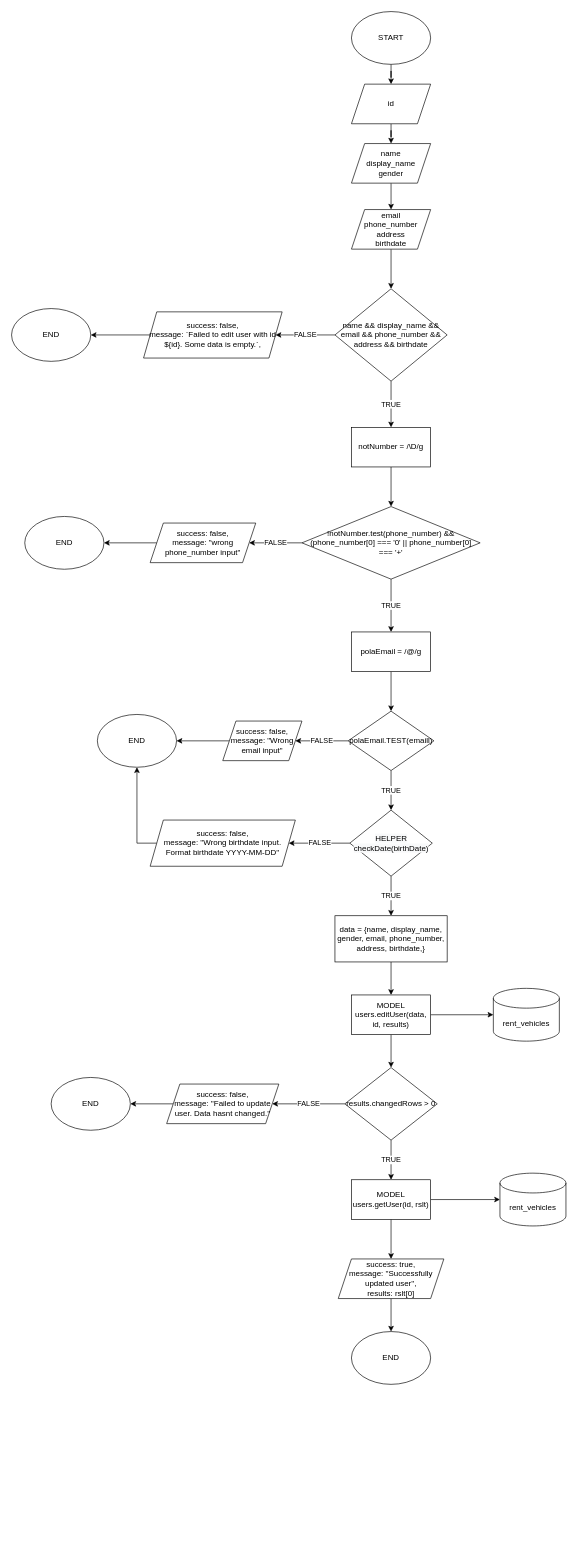
Earlier version of the draw.io diagram page "edit user" (3 of 4) of flowchart&ERD/users.drawio (rintosaputro/fw5-backend-beginner). Source tidied: cells renumbered, new cells numbered last; positions are measured from the earlier drawing's top-left corner, leaving out a move shared by most shapes. Both pictures are drawn from the tidied source at 66%, with x=0, y=0 at pixel (11, 11).
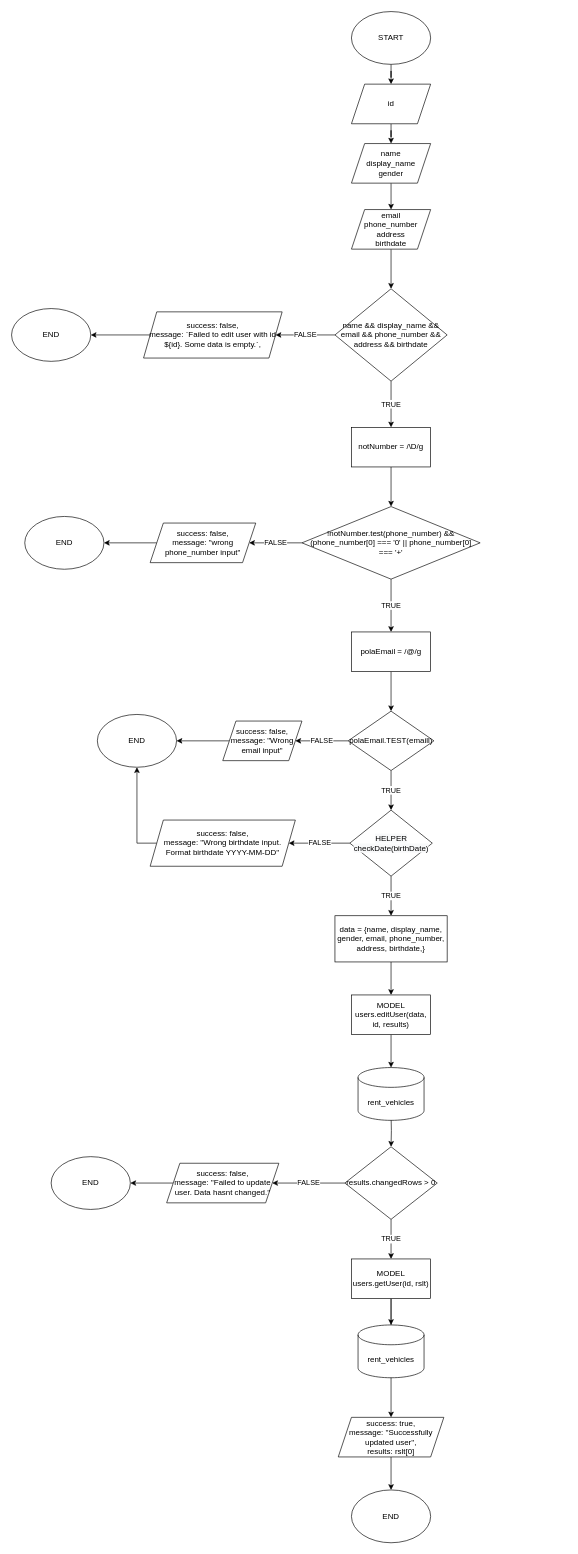
Above is the later version.

Unchanged cells that the change refers to:
```xml
<mxCell id="41" value="MODEL&lt;br&gt;users.editUser(data, id, results)" style="rounded=0;whiteSpace=wrap;html=1;" parent="1" vertex="1">
  <mxGeometry x="515" y="1490" width="120" height="60" as="geometry" />
</mxCell>
```

What changed in the source:
```diff
@@
-    <mxCell id="39" style="edgeStyle=orthogonalEdgeStyle;rounded=0;jettySize=auto;html=1;" parent="1" edge="1" source="41" target="44">
-      <mxGeometry relative="1" as="geometry" />
+    <mxCell id="39" style="edgeStyle=orthogonalEdgeStyle;rounded=0;jettySize=auto;html=1;" parent="1" edge="1" target="44">
+      <mxGeometry relative="1" as="geometry">
+        <mxPoint x="575" y="1670" as="sourcePoint" />
+      </mxGeometry>
     </mxCell>
@@
     <mxCell id="44" value="results.changedRows &amp;gt; 0" style="rhombus;whiteSpace=wrap;html=1;" parent="1" vertex="1">
-      <mxGeometry x="505" y="1600" width="140" height="110" as="geometry" />
+      <mxGeometry x="505" y="1720" width="140" height="110" as="geometry" />
     </mxCell>
@@
     <mxCell id="46" value="success: false,&lt;br&gt;message: ''Failed to update user. Data hasnt changed.''" style="shape=parallelogram;perimeter=parallelogramPerimeter;whiteSpace=wrap;html=1;fixedSize=1;" parent="1" vertex="1">
-      <mxGeometry x="235" y="1625" width="170" height="60" as="geometry" />
+      <mxGeometry x="235" y="1745" width="170" height="60" as="geometry" />
     </mxCell>
     <mxCell id="47" value="END" style="ellipse;whiteSpace=wrap;html=1;" parent="1" vertex="1">
-      <mxGeometry x="60" y="1615" width="120" height="80" as="geometry" />
+      <mxGeometry x="60" y="1735" width="120" height="80" as="geometry" />
     </mxCell>
@@
     <mxCell id="49" value="success: true,&lt;br&gt;message: ''Successfully updated user'',&lt;br&gt;results: rslt[0]" style="shape=parallelogram;perimeter=parallelogramPerimeter;whiteSpace=wrap;html=1;fixedSize=1;" parent="1" vertex="1">
-      <mxGeometry x="495" y="1890" width="160" height="60" as="geometry" />
+      <mxGeometry x="495" y="2130" width="160" height="60" as="geometry" />
     </mxCell>
@@
     <mxCell id="52" value="MODEL&lt;br&gt;users.getUser(id, rslt)" style="rounded=0;whiteSpace=wrap;html=1;" parent="1" vertex="1">
-      <mxGeometry x="515" y="1770" width="120" height="60" as="geometry" />
+      <mxGeometry x="515" y="1890" width="120" height="60" as="geometry" />
     </mxCell>
     <mxCell id="53" value="rent_vehicles" style="shape=cylinder3;whiteSpace=wrap;html=1;boundedLbl=1;backgroundOutline=1;size=15;" parent="1" vertex="1">
-      <mxGeometry x="730" y="1480" width="100" height="80" as="geometry" />
+      <mxGeometry x="525" y="1600" width="100" height="80" as="geometry" />
     </mxCell>
     <mxCell id="54" value="rent_vehicles" style="shape=cylinder3;whiteSpace=wrap;html=1;boundedLbl=1;backgroundOutline=1;size=15;" parent="1" vertex="1">
-      <mxGeometry x="740" y="1760" width="100" height="80" as="geometry" />
+      <mxGeometry x="525" y="1990" width="100" height="80" as="geometry" />
     </mxCell>
     <mxCell id="55" value="END" style="ellipse;whiteSpace=wrap;html=1;" parent="1" vertex="1">
-      <mxGeometry x="515" y="2000" width="120" height="80" as="geometry" />
+      <mxGeometry x="515" y="2240" width="120" height="80" as="geometry" />
     </mxCell>
```
